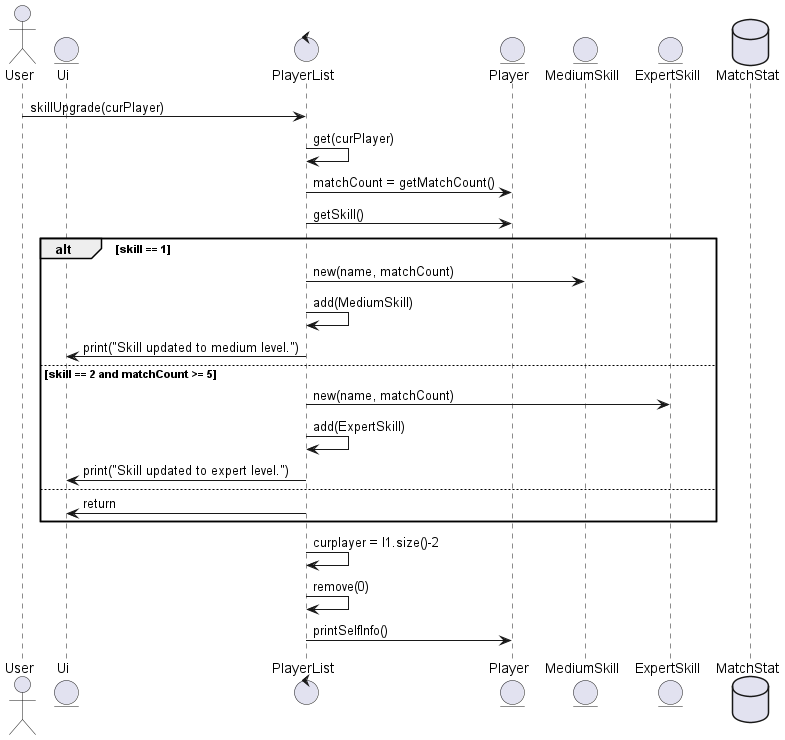
Earlier version of the PlantUML export docs/diagrams/updateSkill.png (runxinghuan/tp). Its diagram source:
```plantuml
@startuml skillUpgradeSequence

actor User
entity "Ui" as UI
control "PlayerList" as PL
entity "Player" as P
entity "MediumSkill" as MS
entity "ExpertSkill" as ES
database "MatchStat" as MSDB

User -> PL : skillUpgrade(curPlayer)
PL -> PL : get(curPlayer)
PL -> P : matchCount = getMatchCount()
PL -> P : getSkill()

alt skill == 1
    PL -> MS : new(name, matchCount)
    PL -> PL : add(MediumSkill)
    PL -> UI : print("Skill updated to medium level.")
else skill == 2 and matchCount >= 5
    PL -> ES : new(name, matchCount)
    PL -> PL : add(ExpertSkill)
    PL -> UI : print("Skill updated to expert level.")
else
    PL -> UI : return
end

PL -> PL : curplayer = l1.size()-2
PL -> PL : remove(0)
PL -> P : printSelfInfo()

@enduml
```
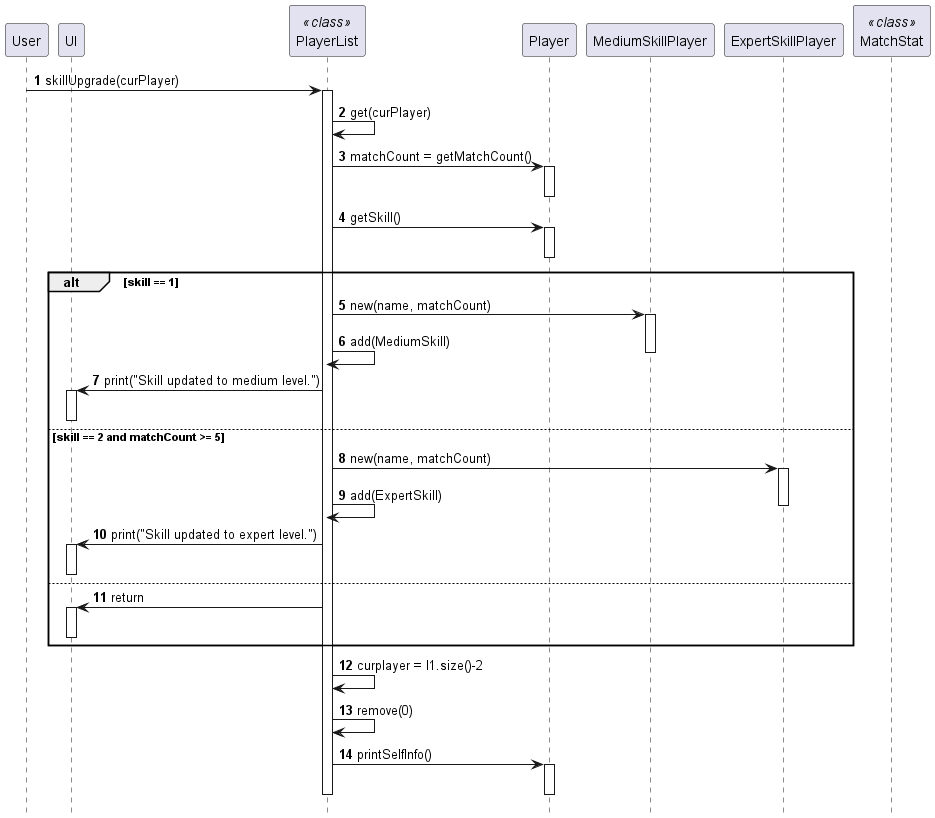
Later version of the same file.

Diff of the diagram source:
```diff
@@ -1,32 +1,60 @@
 @startuml skillUpgradeSequence
 
-actor User
-entity "Ui" as UI
-control "PlayerList" as PL
-entity "Player" as P
-entity "MediumSkill" as MS
-entity "ExpertSkill" as ES
-database "MatchStat" as MSDB
+autonumber
+
+!include Style.puml
+
+participant User
+participant "UI" as UI
+participant "PlayerList" as PL << class >>
+participant "Player" as P
+participant "MediumSkillPlayer" as MS
+participant "ExpertSkillPlayer" as ES
+participant "MatchStat" as MSDB << class >>
 
 User -> PL : skillUpgrade(curPlayer)
+activate PL
+
 PL -> PL : get(curPlayer)
+
 PL -> P : matchCount = getMatchCount()
+activate P
+deactivate P
+
 PL -> P : getSkill()
+activate P
+deactivate P
 
 alt skill == 1
     PL -> MS : new(name, matchCount)
+    activate MS
     PL -> PL : add(MediumSkill)
+    deactivate MS
     PL -> UI : print("Skill updated to medium level.")
+    activate UI
+    deactivate UI
 else skill == 2 and matchCount >= 5
     PL -> ES : new(name, matchCount)
+    activate ES
     PL -> PL : add(ExpertSkill)
+    deactivate ES
     PL -> UI : print("Skill updated to expert level.")
+    activate UI
+    deactivate UI
 else
     PL -> UI : return
+    activate UI
+    deactivate UI
 end
 
 PL -> PL : curplayer = l1.size()-2
+
 PL -> PL : remove(0)
+
 PL -> P : printSelfInfo()
+activate P
+deactivate P
+
+deactivate PL
 
 @enduml
```
